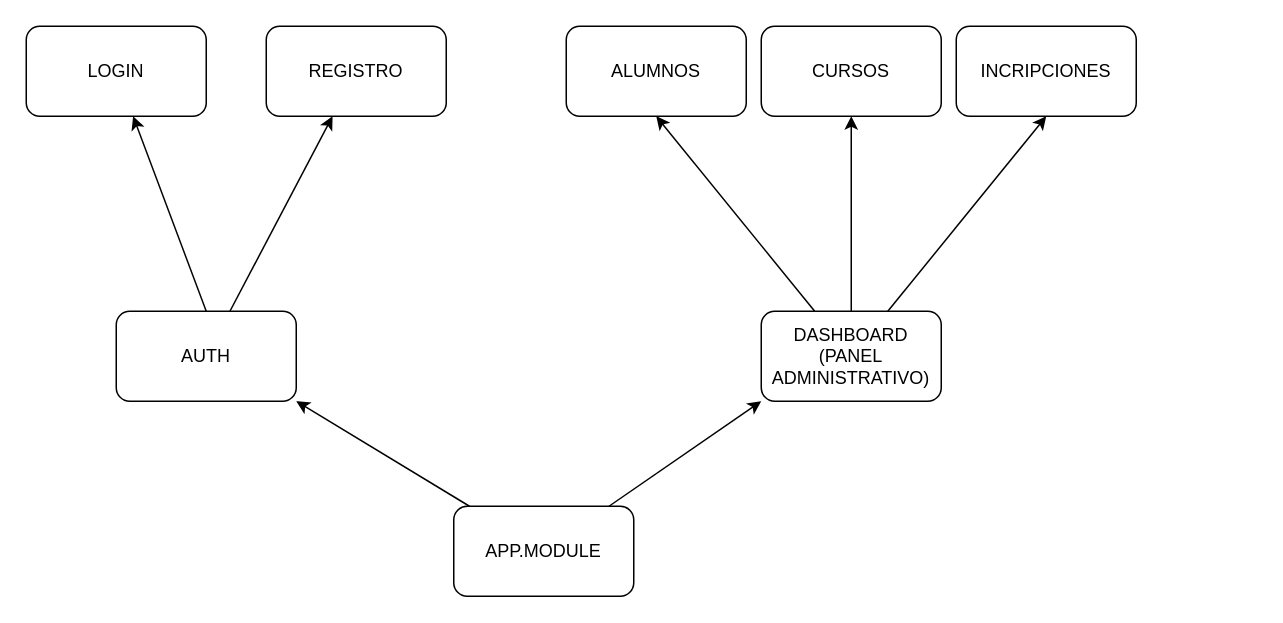
Before: docs/my-app.drawio in LucasGes/CoderHouse-Angular-Gestion-Educativa, a draw.io diagram. Source tidied: cells renumbered, new cells numbered last; positions are measured from the earlier drawing's top-left corner, leaving out a move shared by most shapes. Both pictures are drawn from the tidied source at 150%, with x=0, y=0 at pixel (26, 26).
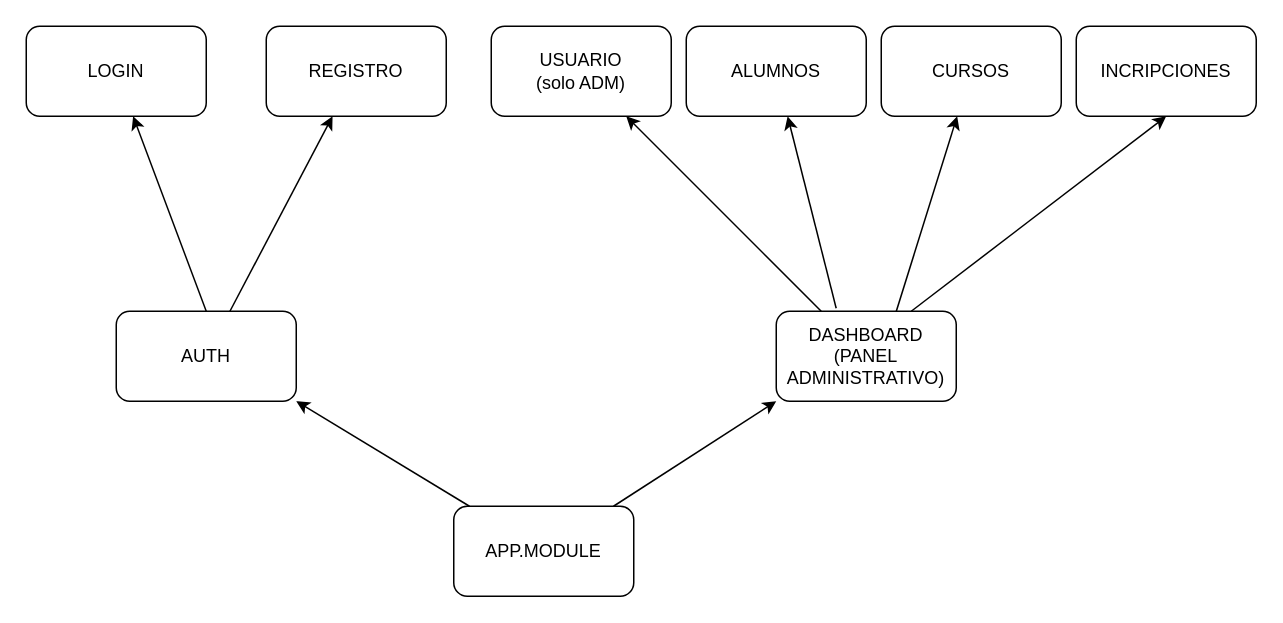
After the change.

Diff of the diagram source:
```diff
@@
 <mxGraphModel>
   <root>
     <mxCell id="0" />
     <mxCell id="1" parent="0" />
     <mxCell id="2" style="edgeStyle=none;html=1;exitX=0.5;exitY=0;exitDx=0;exitDy=0;" parent="1" edge="1" source="4" target="9">
       <mxGeometry relative="1" as="geometry" />
     </mxCell>
     <mxCell id="3" style="edgeStyle=none;html=1;" parent="1" edge="1" source="4" target="10">
       <mxGeometry relative="1" as="geometry" />
     </mxCell>
     <mxCell id="4" value="AUTH" style="rounded=1;whiteSpace=wrap;html=1;" parent="1" vertex="1">
       <mxGeometry x="60" y="190" width="120" height="60" as="geometry" />
     </mxCell>
-    <mxCell id="5" style="edgeStyle=none;html=1;entryX=0.5;entryY=1;entryDx=0;entryDy=0;" parent="1" edge="1" source="8" target="14">
+    <mxCell id="5" style="edgeStyle=none;html=1;exitX=0.333;exitY=-0.033;exitDx=0;exitDy=0;exitPerimeter=0;" parent="1" edge="1" source="8" target="14">
       <mxGeometry relative="1" as="geometry" />
     </mxCell>
-    <mxCell id="6" style="edgeStyle=none;html=1;" parent="1" edge="1" source="8" target="15">
+    <mxCell id="6" style="edgeStyle=none;html=1;startArrow=none;exitX=0.667;exitY=0;exitDx=0;exitDy=0;exitPerimeter=0;" parent="1" edge="1" source="8" target="15">
       <mxGeometry relative="1" as="geometry" />
     </mxCell>
-    <mxCell id="7" style="edgeStyle=none;html=1;entryX=0.5;entryY=1;entryDx=0;entryDy=0;" parent="1" edge="1" source="8" target="16">
+    <mxCell id="7" style="edgeStyle=none;html=1;entryX=0.5;entryY=1;entryDx=0;entryDy=0;exitX=0.75;exitY=0;exitDx=0;exitDy=0;" parent="1" edge="1" source="8" target="16">
       <mxGeometry relative="1" as="geometry" />
     </mxCell>
-    <mxCell id="8" value="DASHBOARD (PANEL ADMINISTRATIVO)" style="rounded=1;whiteSpace=wrap;html=1;" parent="1" vertex="1">
-      <mxGeometry x="490" y="190" width="120" height="60" as="geometry" />
-    </mxCell>
     <mxCell id="9" value="LOGIN" style="rounded=1;whiteSpace=wrap;html=1;" parent="1" vertex="1">
       <mxGeometry width="120" height="60" as="geometry" />
     </mxCell>
     <mxCell id="10" value="REGISTRO" style="rounded=1;whiteSpace=wrap;html=1;" parent="1" vertex="1">
       <mxGeometry x="160" width="120" height="60" as="geometry" />
     </mxCell>
     <mxCell id="11" style="edgeStyle=none;html=1;entryX=1;entryY=1;entryDx=0;entryDy=0;" parent="1" edge="1" source="13" target="4">
       <mxGeometry relative="1" as="geometry" />
     </mxCell>
     <mxCell id="12" style="edgeStyle=none;html=1;entryX=0;entryY=1;entryDx=0;entryDy=0;" parent="1" edge="1" source="13" target="8">
       <mxGeometry relative="1" as="geometry" />
     </mxCell>
     <mxCell id="13" value="APP.MODULE" style="rounded=1;whiteSpace=wrap;html=1;" parent="1" vertex="1">
       <mxGeometry x="285" y="320" width="120" height="60" as="geometry" />
     </mxCell>
     <mxCell id="14" value="ALUMNOS" style="rounded=1;whiteSpace=wrap;html=1;" parent="1" vertex="1">
-      <mxGeometry x="360" width="120" height="60" as="geometry" />
+      <mxGeometry x="440" width="120" height="60" as="geometry" />
     </mxCell>
     <mxCell id="15" value="CURSOS" style="rounded=1;whiteSpace=wrap;html=1;" parent="1" vertex="1">
-      <mxGeometry x="490" width="120" height="60" as="geometry" />
+      <mxGeometry x="570" width="120" height="60" as="geometry" />
     </mxCell>
     <mxCell id="16" value="INCRIPCIONES" style="rounded=1;whiteSpace=wrap;html=1;" parent="1" vertex="1">
-      <mxGeometry x="620" width="120" height="60" as="geometry" />
+      <mxGeometry x="700" width="120" height="60" as="geometry" />
     </mxCell>
+    <mxCell id="8" value="DASHBOARD (PANEL ADMINISTRATIVO)" style="rounded=1;whiteSpace=wrap;html=1;" parent="1" vertex="1">
+      <mxGeometry x="500" y="190" width="120" height="60" as="geometry" />
+    </mxCell>
+    <mxCell id="17" style="edgeStyle=none;html=1;exitX=0.25;exitY=0;exitDx=0;exitDy=0;" parent="1" edge="1" source="8" target="18">
+      <mxGeometry relative="1" as="geometry" />
+    </mxCell>
+    <mxCell id="18" value="USUARIO &lt;br&gt;(solo ADM)" style="rounded=1;whiteSpace=wrap;html=1;" parent="1" vertex="1">
+      <mxGeometry x="310" width="120" height="60" as="geometry" />
+    </mxCell>
   </root>
 </mxGraphModel>
```
